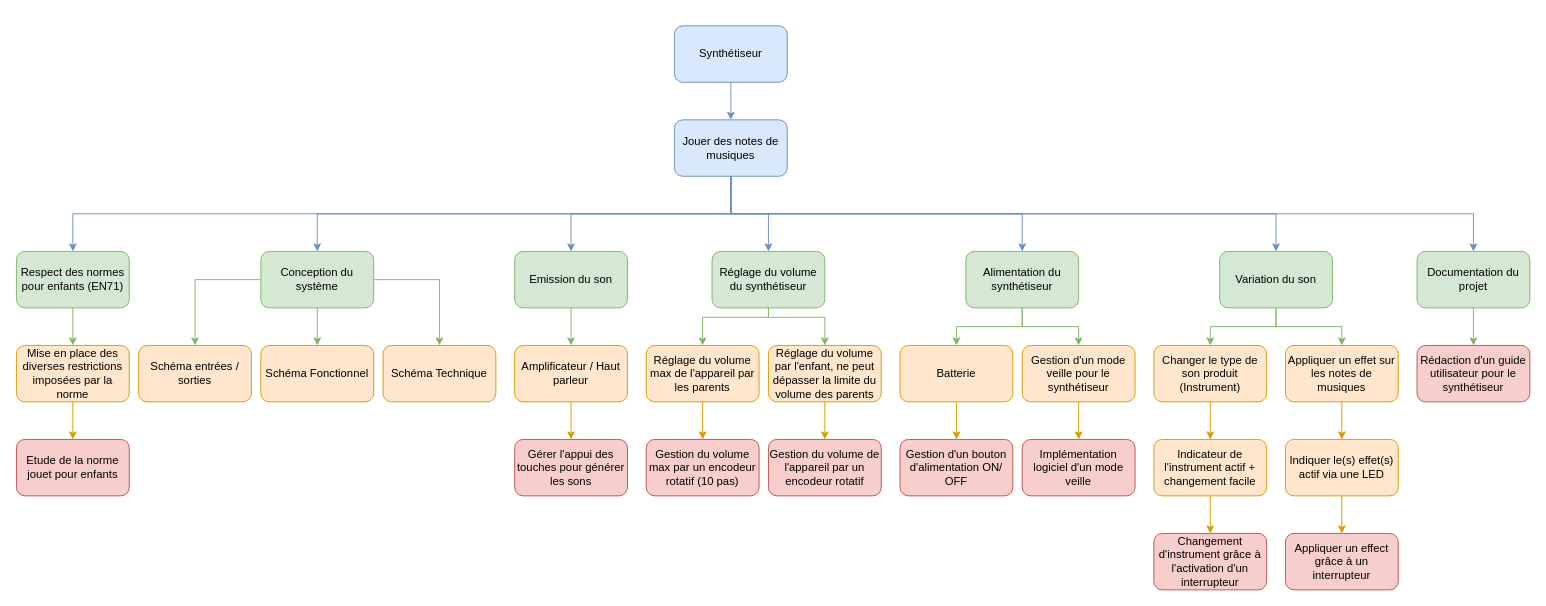
Ithoh/ProjetSynthe keeps this draw.io diagram as Schemas/WBS.drawio. Above is the earlier version. Source tidied: cells renumbered, new cells numbered last; positions are measured from the earlier drawing's top-left corner, leaving out a move shared by most shapes. Both pictures are drawn from the tidied source at 94%, with x=0, y=0 at pixel (16, 25).
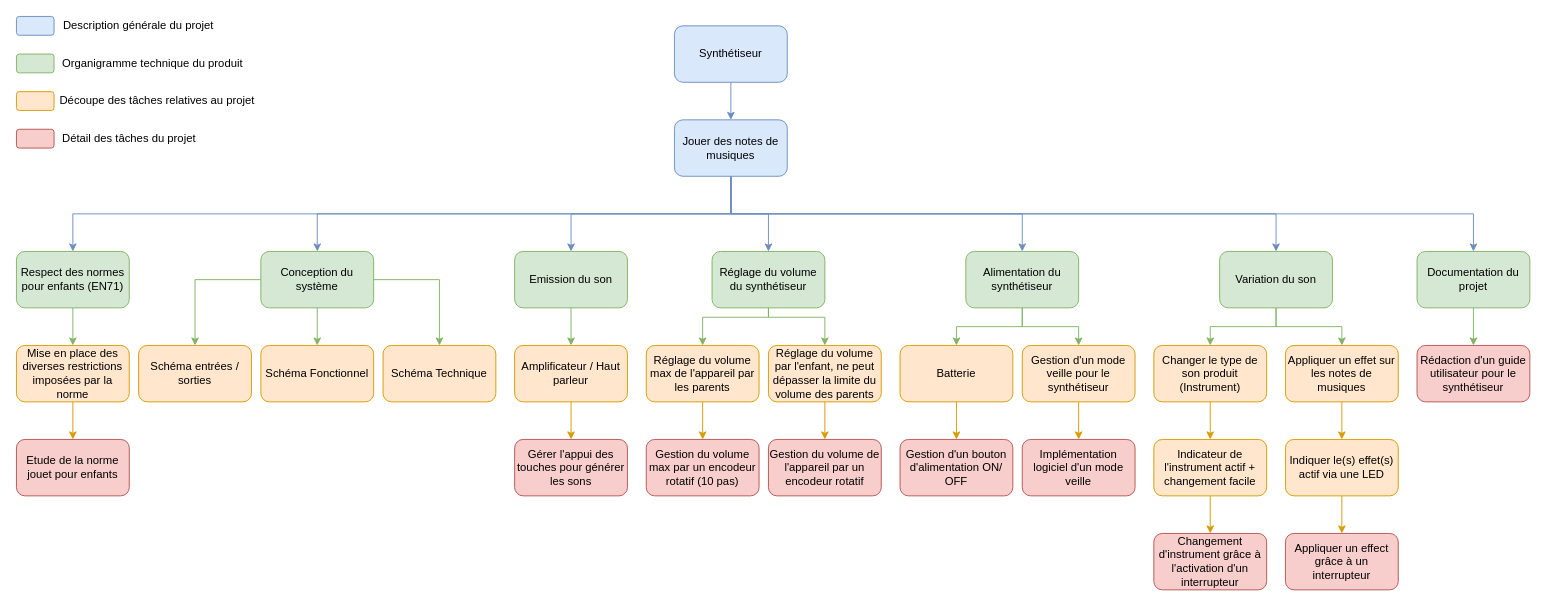
After the change.

Commit message (it also covers changes not shown here):
Modification du WBS (ajout légende)

Diff of the diagram source:
```diff
@@
+    <mxCell id="63" style="rounded=1;whiteSpace=wrap;html=1;fillColor=#dae8fc;strokeColor=#6c8ebf;" parent="1" vertex="1">
+      <mxGeometry y="-10" width="40" height="20" as="geometry" />
+    </mxCell>
+    <mxCell id="64" style="rounded=1;whiteSpace=wrap;html=1;fillColor=#d5e8d4;strokeColor=#82b366;" parent="1" vertex="1">
+      <mxGeometry y="30" width="40" height="20" as="geometry" />
+    </mxCell>
+    <mxCell id="65" style="rounded=1;whiteSpace=wrap;html=1;fillColor=#ffe6cc;strokeColor=#d79b00;" parent="1" vertex="1">
+      <mxGeometry y="70" width="40" height="20" as="geometry" />
+    </mxCell>
+    <mxCell id="66" style="rounded=1;whiteSpace=wrap;html=1;fillColor=#f8cecc;strokeColor=#b85450;" parent="1" vertex="1">
+      <mxGeometry y="110" width="40" height="20" as="geometry" />
+    </mxCell>
+    <mxCell id="67" value="Description générale du projet" style="text;html=1;strokeColor=none;fillColor=none;align=center;verticalAlign=middle;whiteSpace=wrap;rounded=0;" parent="1" vertex="1">
+      <mxGeometry x="40" y="-10" width="180" height="20" as="geometry" />
+    </mxCell>
+    <mxCell id="68" value="Organigramme technique du produit" style="text;html=1;strokeColor=none;fillColor=none;align=center;verticalAlign=middle;whiteSpace=wrap;rounded=0;" parent="1" vertex="1">
+      <mxGeometry x="40" y="30" width="210" height="20" as="geometry" />
+    </mxCell>
+    <mxCell id="69" value="Découpe des tâches relatives au projet" style="text;html=1;strokeColor=none;fillColor=none;align=center;verticalAlign=middle;whiteSpace=wrap;rounded=0;" parent="1" vertex="1">
+      <mxGeometry x="40" y="70" width="220" height="20" as="geometry" />
+    </mxCell>
+    <mxCell id="70" value="Détail des tâches du projet" style="text;html=1;strokeColor=none;fillColor=none;align=center;verticalAlign=middle;whiteSpace=wrap;rounded=0;" parent="1" vertex="1">
+      <mxGeometry x="40" y="110" width="160" height="20" as="geometry" />
+    </mxCell>
```
